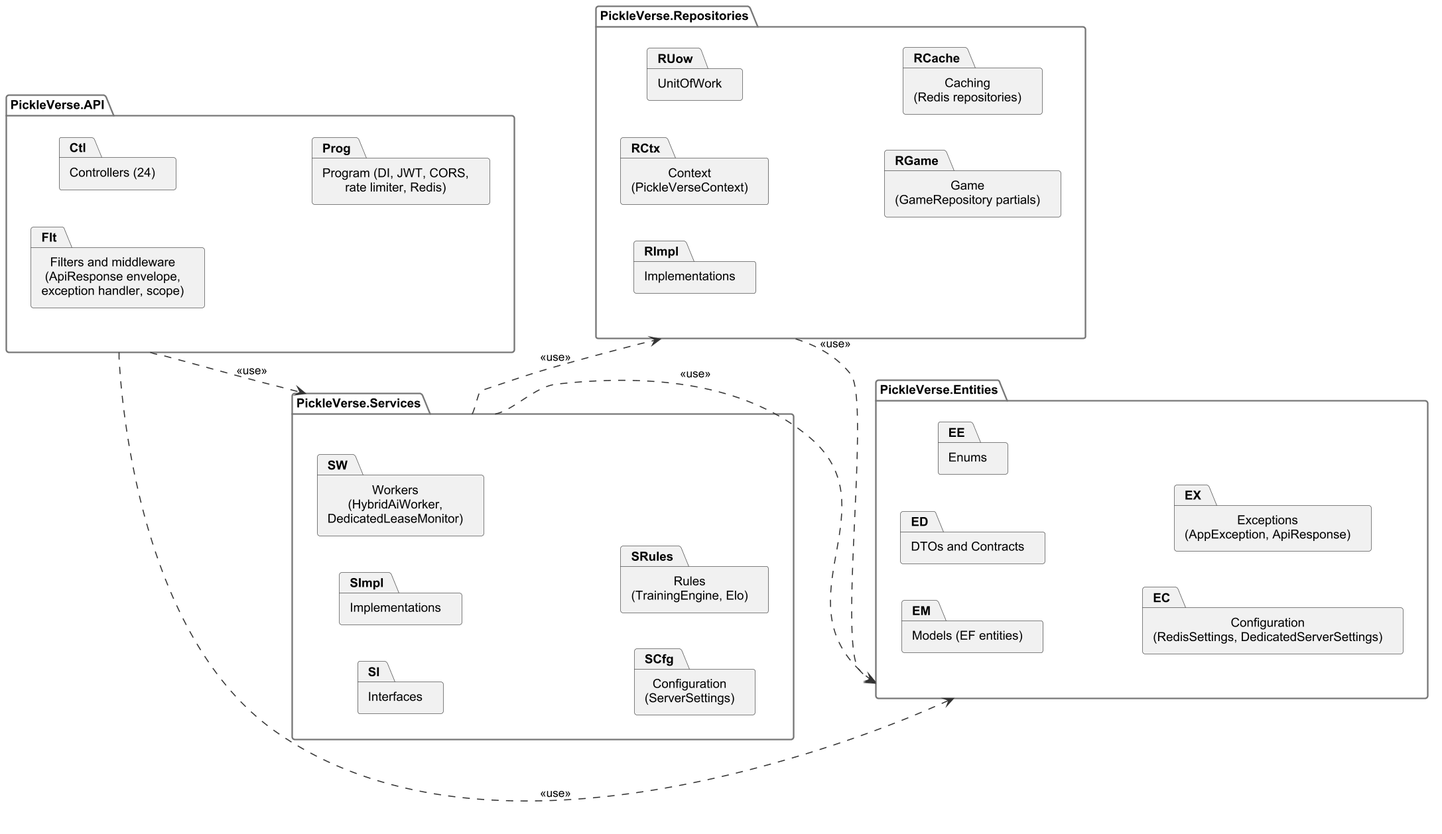
Before: Doc/Project_report/Report/diagrams/png/r4_pkg_backend.png, a diagram exported from PlantUML (Tad-Min/PickleVerse).
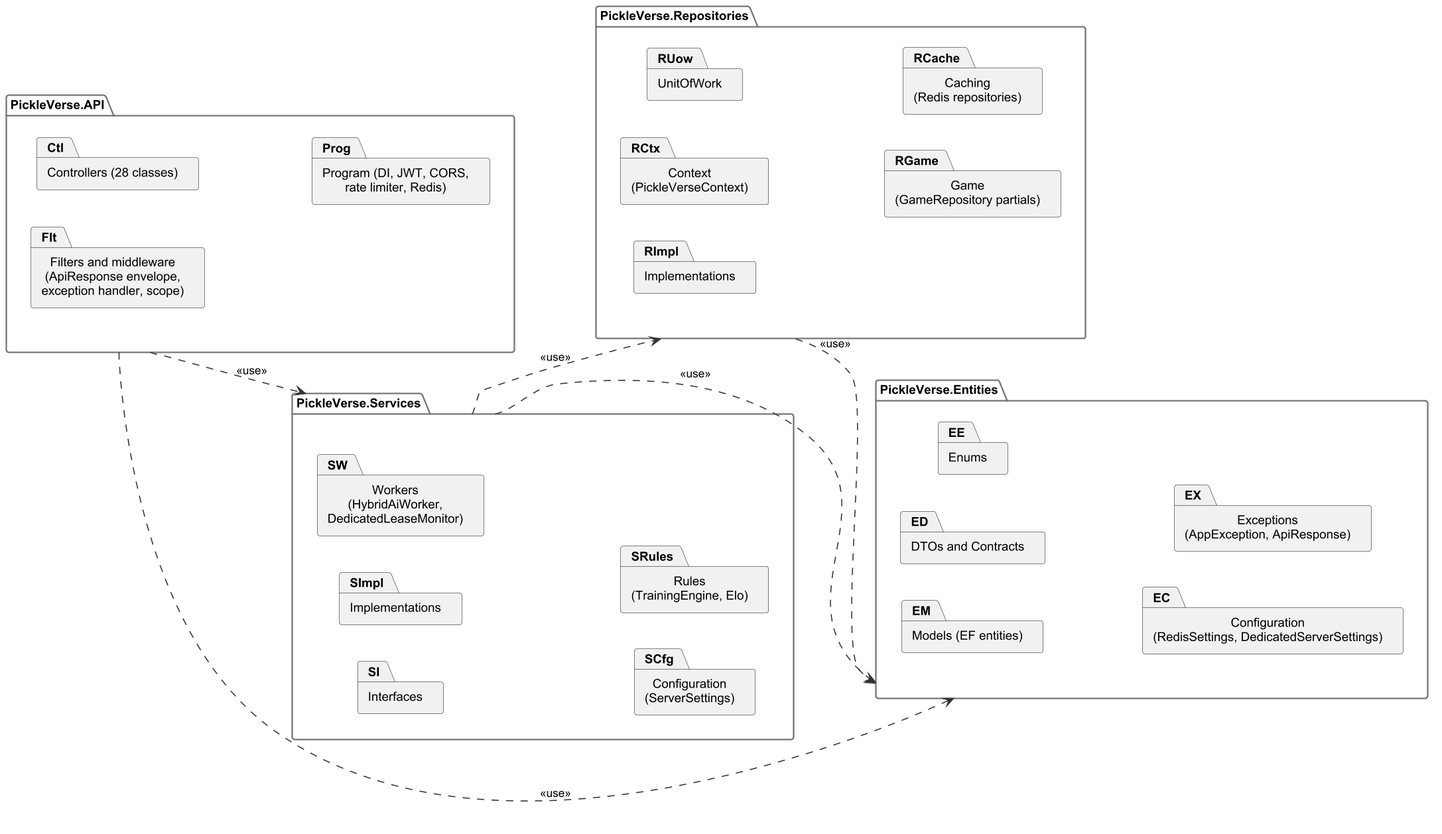
Later version of the same file.

Diff of the diagram source:
```diff
@@ -3,7 +3,7 @@
 skinparam packageStyle folder
 left to right direction
 package "PickleVerse.API" as API {
-  package "Controllers (24)" as Ctl
+  package "Controllers (28 classes)" as Ctl
   package "Filters and middleware\n(ApiResponse envelope,\nexception handler, scope)" as Flt
   package "Program (DI, JWT, CORS,\nrate limiter, Redis)" as Prog
 }
```
